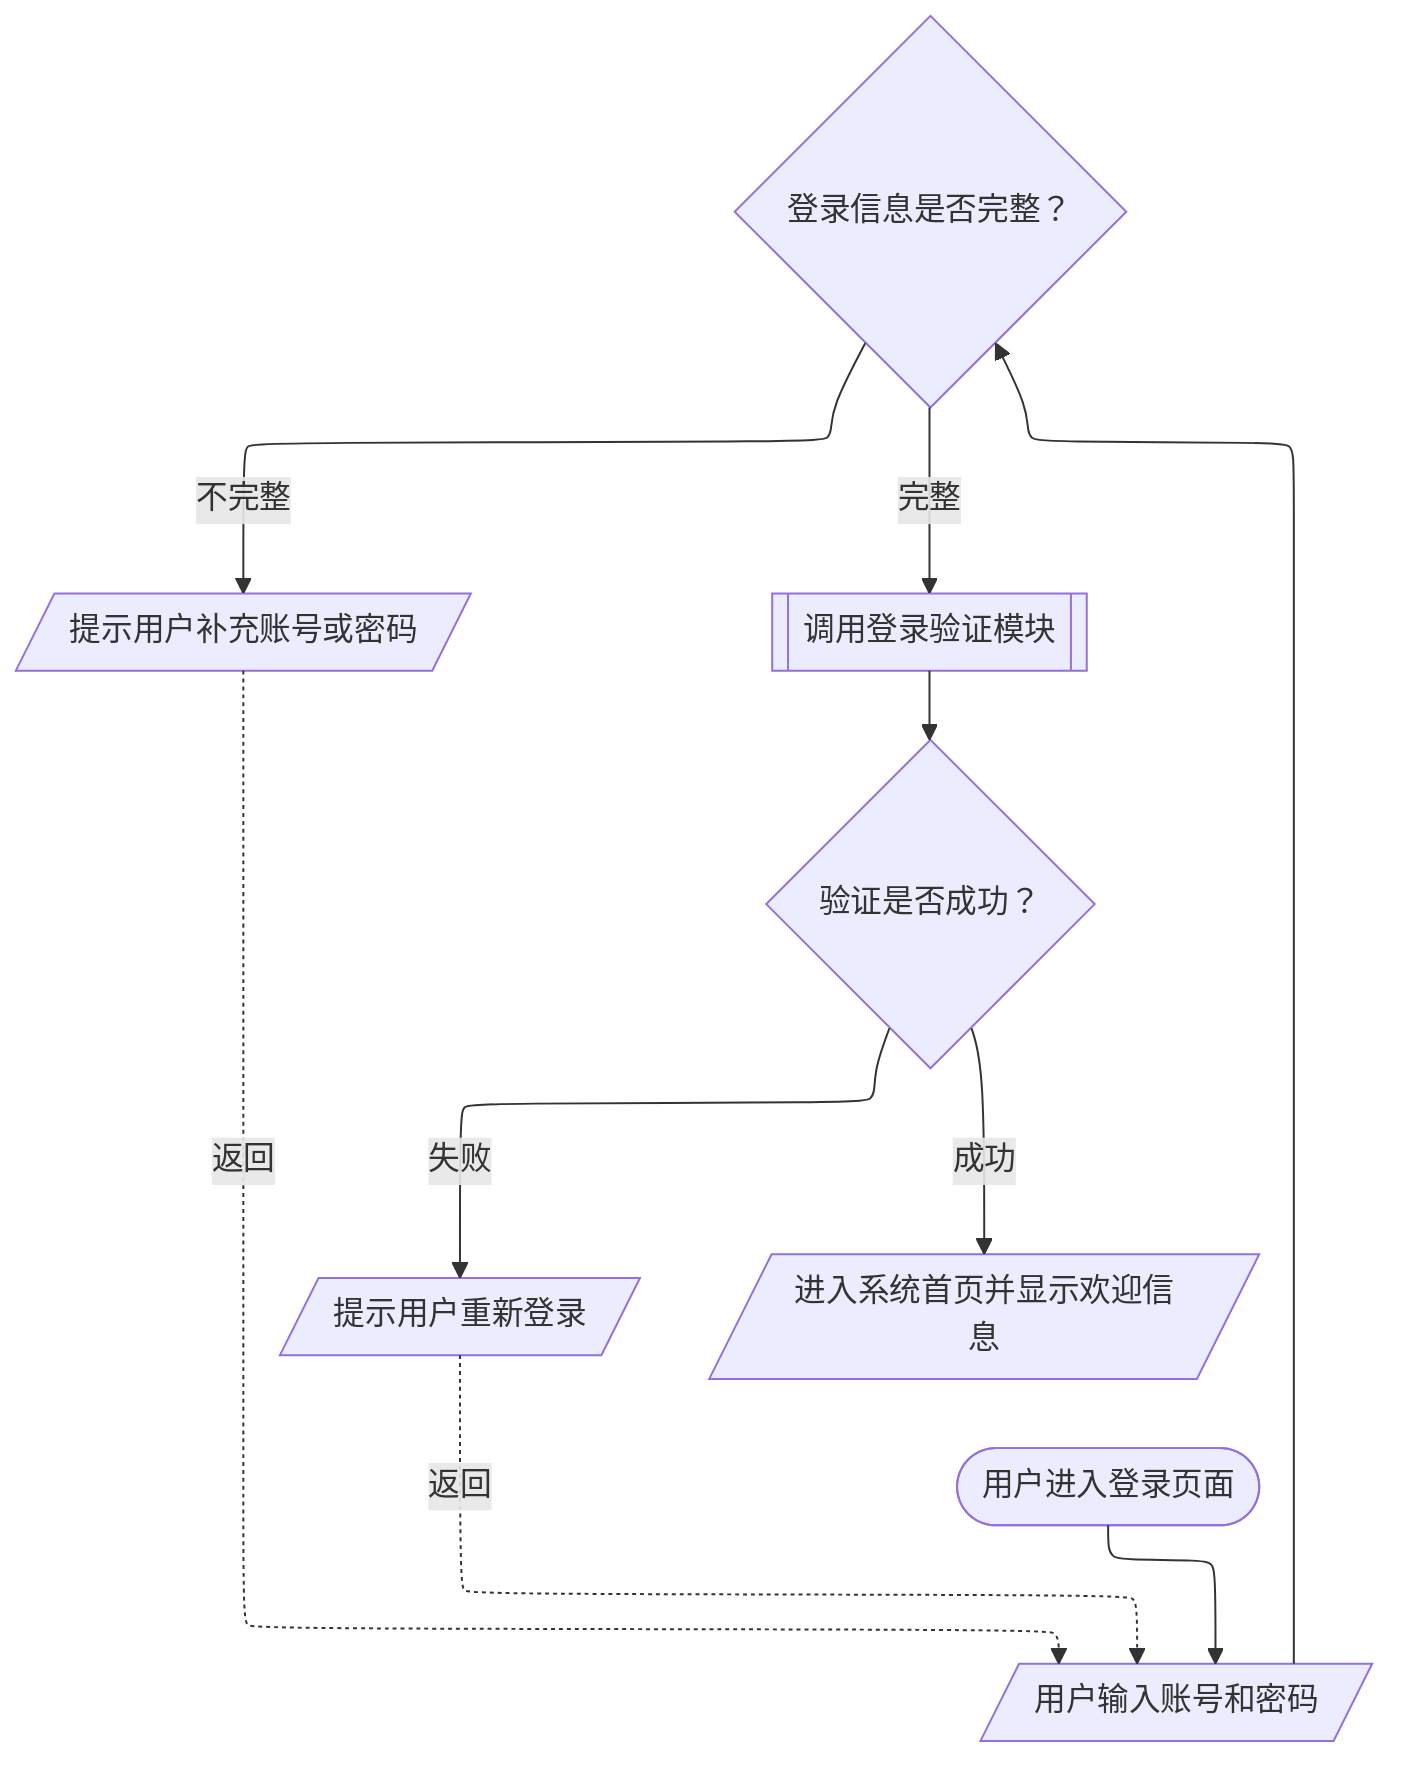
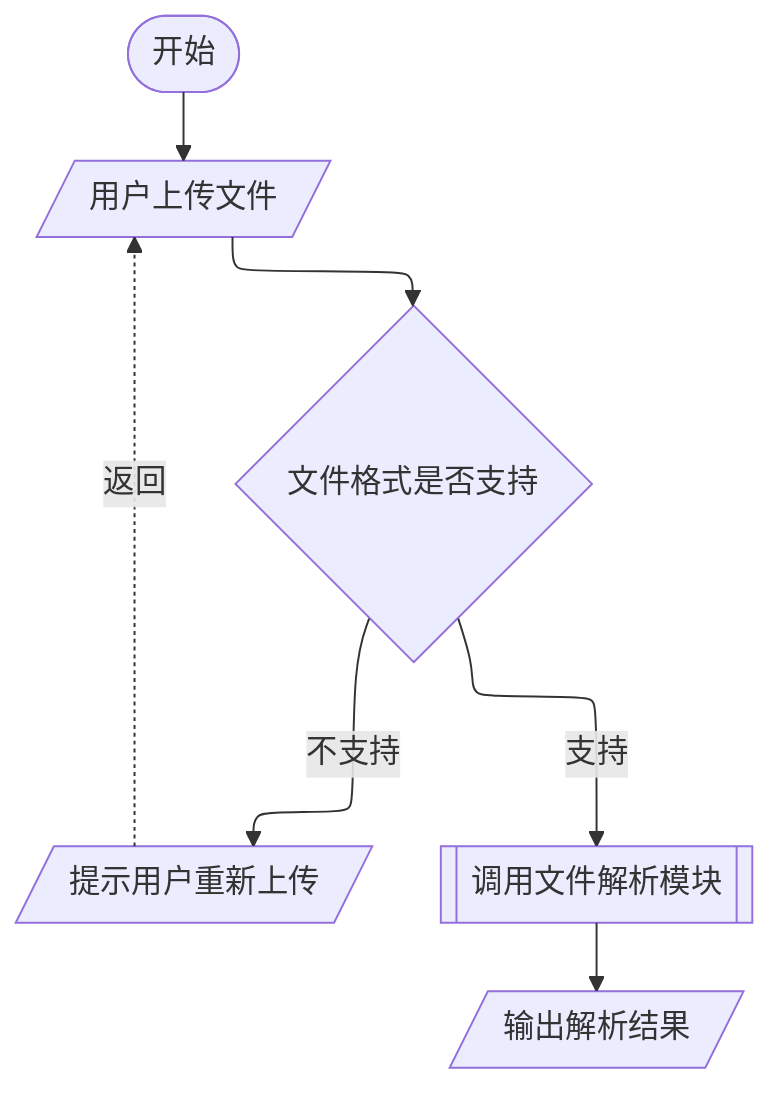
%%{init: {"flowchart": {"defaultRenderer": "elk"}}}%%
flowchart TD
- A(["用户进入登录页面"])
- B[/"用户输入账号和密码"/]
- C{"登录信息是否完整？"}
- D[/"提示用户补充账号或密码"/]
- E[["调用登录验证模块"]]
- F{"验证是否成功？"}
- G[/"提示用户重新登录"/]
- H[/"进入系统首页并显示欢迎信息"/]
+ A(["开始"])
+ B[/"用户上传文件"/]
+ C{"文件格式是否支持"}
+ D[/"提示用户重新上传"/]
+ E[["调用文件解析模块"]]
+ F[/"输出解析结果"/]

A --> B
B --> C
- C -->|不完整| D
+ C -->|不支持| D
D -.->|返回| B
- C -->|完整| E
- E --> F
- F -->|失败| G
- G -.->|返回| B
- F -->|成功| H+ C -->|支持| E
+ E --> F